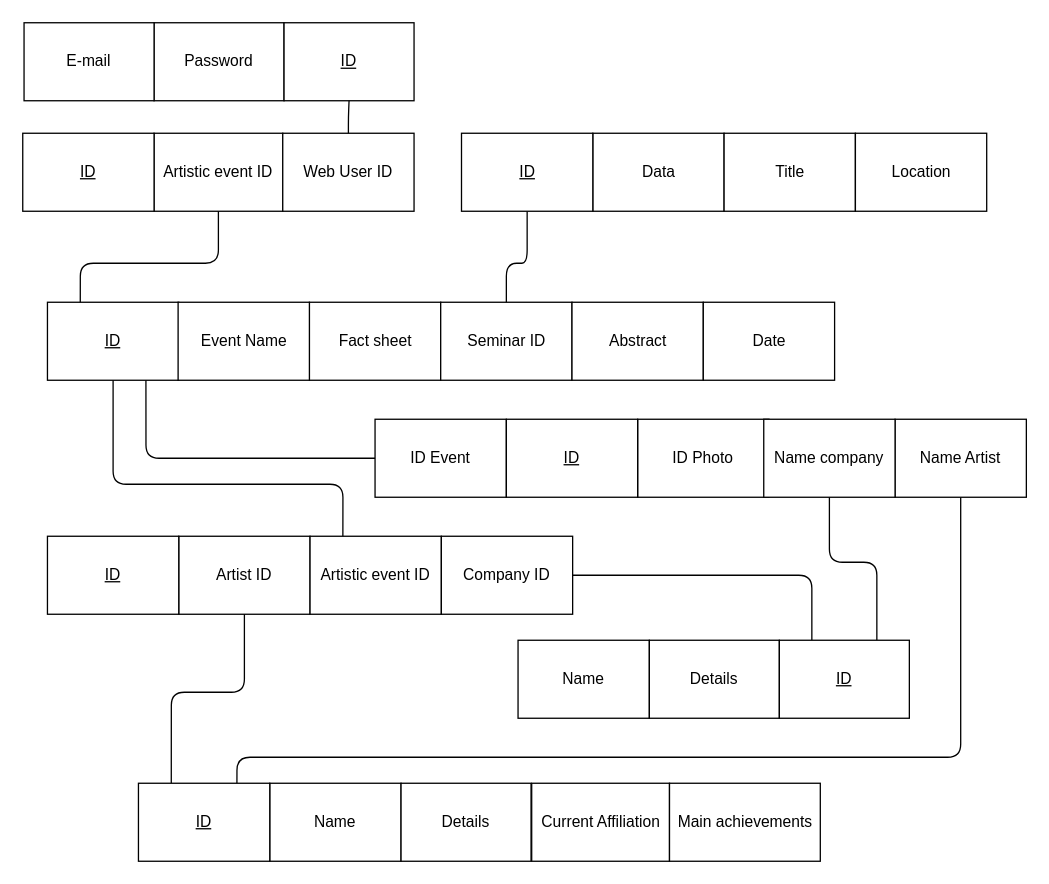
Furcanzo/Hypermedia keeps this draw.io diagram as Design/Schemas/LogicDB.drawio. Above is the earlier version. Source tidied: cells renumbered, new cells numbered last; positions are measured from the earlier drawing's top-left corner, leaving out a move shared by most shapes. Both pictures are drawn from the tidied source at 130%, with x=0, y=0 at pixel (22, 22).
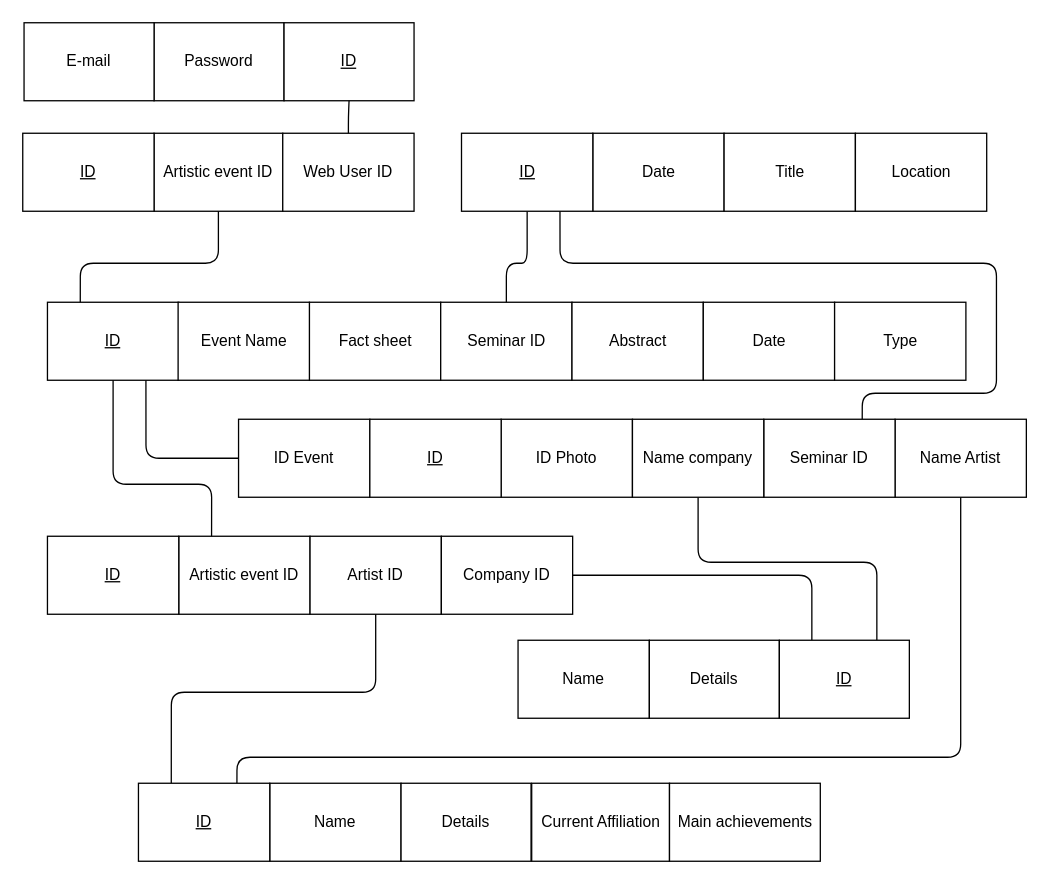
The same page after the edit.

Commit message (it also covers changes not shown here):
added type in AE and added seminar ID in gallery

The change refers to these unchanged cells:
```xml
<mxCell id="2" value="&lt;u&gt;ID&lt;/u&gt;" style="rounded=0;whiteSpace=wrap;html=1;" parent="1" vertex="1">
  <mxGeometry x="19" y="215" width="101" height="60" as="geometry" />
</mxCell>
<mxCell id="39" value="&lt;u&gt;ID&lt;/u&gt;" style="rounded=0;whiteSpace=wrap;html=1;" parent="1" vertex="1">
  <mxGeometry x="337.5" y="85" width="101" height="60" as="geometry" />
</mxCell>
<mxCell id="42" value="&lt;u&gt;ID&lt;/u&gt;" style="rounded=0;whiteSpace=wrap;html=1;" parent="1" vertex="1">
  <mxGeometry x="582" y="475" width="100" height="60" as="geometry" />
</mxCell>
<mxCell id="43" value="&lt;u&gt;ID&lt;/u&gt;" style="rounded=0;whiteSpace=wrap;html=1;" parent="1" vertex="1">
  <mxGeometry x="89" y="585" width="101" height="60" as="geometry" />
</mxCell>
```

Diff of the diagram source:
```diff
@@
-    <mxCell id="6" value="Artist ID" style="rounded=0;whiteSpace=wrap;html=1;" parent="1" vertex="1">
+    <mxCell id="6" value="Artistic event ID" style="rounded=0;whiteSpace=wrap;html=1;" parent="1" vertex="1">
       <mxGeometry x="120" y="395" width="101" height="60" as="geometry" />
     </mxCell>
-    <mxCell id="7" value="Artistic event ID" style="rounded=0;whiteSpace=wrap;html=1;" parent="1" vertex="1">
+    <mxCell id="7" value="Artist ID" style="rounded=0;whiteSpace=wrap;html=1;" parent="1" vertex="1">
       <mxGeometry x="221" y="395" width="101" height="60" as="geometry" />
     </mxCell>
-    <mxCell id="8" style="endArrow=none;html=1;entryX=0.5;entryY=1;entryDx=0;entryDy=0;exitX=0.25;exitY=0;exitDx=0;exitDy=0;edgeStyle=orthogonalEdgeStyle;" parent="1" edge="1" source="7" target="2">
+    <mxCell id="8" style="endArrow=none;html=1;entryX=0.5;entryY=1;entryDx=0;entryDy=0;exitX=0.25;exitY=0;exitDx=0;exitDy=0;edgeStyle=orthogonalEdgeStyle;" parent="1" edge="1" source="6" target="2">
       <mxGeometry relative="1" as="geometry">
         <Array as="points">
-          <mxPoint x="246" y="355" />
+          <mxPoint x="145" y="355" />
           <mxPoint x="70" y="355" />
         </Array>
       </mxGeometry>
     </mxCell>
@@
-    <mxCell id="17" style="endArrow=none;html=1;edgeStyle=orthogonalEdgeStyle;entryX=0.25;entryY=0;entryDx=0;entryDy=0;exitX=0.5;exitY=1;exitDx=0;exitDy=0;" parent="1" edge="1" source="6" target="43">
+    <mxCell id="17" style="endArrow=none;html=1;edgeStyle=orthogonalEdgeStyle;entryX=0.25;entryY=0;entryDx=0;entryDy=0;exitX=0.5;exitY=1;exitDx=0;exitDy=0;" parent="1" edge="1" source="7" target="43">
       <mxGeometry relative="1" as="geometry">
         <Array as="points">
-          <mxPoint x="171" y="515" />
+          <mxPoint x="272" y="515" />
           <mxPoint x="114" y="515" />
         </Array>
       </mxGeometry>
     </mxCell>
     <mxCell id="18" value="ID Event" style="rounded=0;whiteSpace=wrap;html=1;" parent="1" vertex="1">
-      <mxGeometry x="271" y="305" width="101" height="60" as="geometry" />
+      <mxGeometry x="166" y="305" width="101" height="60" as="geometry" />
     </mxCell>
     <mxCell id="19" value="ID Photo" style="rounded=0;whiteSpace=wrap;html=1;" parent="1" vertex="1">
-      <mxGeometry x="473" y="305" width="101" height="60" as="geometry" />
+      <mxGeometry x="368" y="305" width="101" height="60" as="geometry" />
     </mxCell>
@@
-    <mxCell id="21" value="Name company" style="rounded=0;whiteSpace=wrap;html=1;" parent="1" vertex="1">
+    <mxCell id="21" value="Seminar ID" style="rounded=0;whiteSpace=wrap;html=1;" parent="1" vertex="1">
       <mxGeometry x="570" y="305" width="101" height="60" as="geometry" />
     </mxCell>
@@
-    <mxCell id="24" style="endArrow=none;html=1;entryX=0.5;entryY=1;entryDx=0;entryDy=0;exitX=0.75;exitY=0;exitDx=0;exitDy=0;edgeStyle=orthogonalEdgeStyle;" parent="1" edge="1" source="42" target="21">
+    <mxCell id="24" style="endArrow=none;html=1;entryX=0.5;entryY=1;entryDx=0;entryDy=0;exitX=0.75;exitY=0;exitDx=0;exitDy=0;edgeStyle=orthogonalEdgeStyle;" parent="1" edge="1" source="42" target="44">
       <mxGeometry relative="1" as="geometry">
         <Array as="points">
           <mxPoint x="657" y="415" />
-          <mxPoint x="621" y="415" />
+          <mxPoint x="520" y="415" />
         </Array>
       </mxGeometry>
     </mxCell>
-    <mxCell id="25" value="Data" style="rounded=0;whiteSpace=wrap;html=1;" parent="1" vertex="1">
+    <mxCell id="25" value="Date" style="rounded=0;whiteSpace=wrap;html=1;" parent="1" vertex="1">
       <mxGeometry x="438.5" y="85" width="101" height="60" as="geometry" />
     </mxCell>
@@
     <mxCell id="40" value="&lt;u&gt;ID&lt;/u&gt;" style="rounded=0;whiteSpace=wrap;html=1;" parent="1" vertex="1">
-      <mxGeometry x="372" y="305" width="101" height="60" as="geometry" />
+      <mxGeometry x="267" y="305" width="101" height="60" as="geometry" />
     </mxCell>
@@
+    <mxCell id="44" value="Name company" style="rounded=0;whiteSpace=wrap;html=1;" parent="1" vertex="1">
+      <mxGeometry x="469" y="305" width="101" height="60" as="geometry" />
+    </mxCell>
+    <mxCell id="45" style="endArrow=none;html=1;entryX=0.75;entryY=1;entryDx=0;entryDy=0;exitX=0.75;exitY=0;exitDx=0;exitDy=0;edgeStyle=orthogonalEdgeStyle;" parent="1" edge="1" source="21" target="39">
+      <mxGeometry relative="1" as="geometry">
+        <Array as="points">
+          <mxPoint x="646" y="285" />
+          <mxPoint x="749" y="285" />
+          <mxPoint x="749" y="185" />
+          <mxPoint x="413" y="185" />
+        </Array>
+      </mxGeometry>
+    </mxCell>
+    <mxCell id="46" value="Type" style="rounded=0;whiteSpace=wrap;html=1;" parent="1" vertex="1">
+      <mxGeometry x="624.5" y="215" width="101" height="60" as="geometry" />
+    </mxCell>
```
